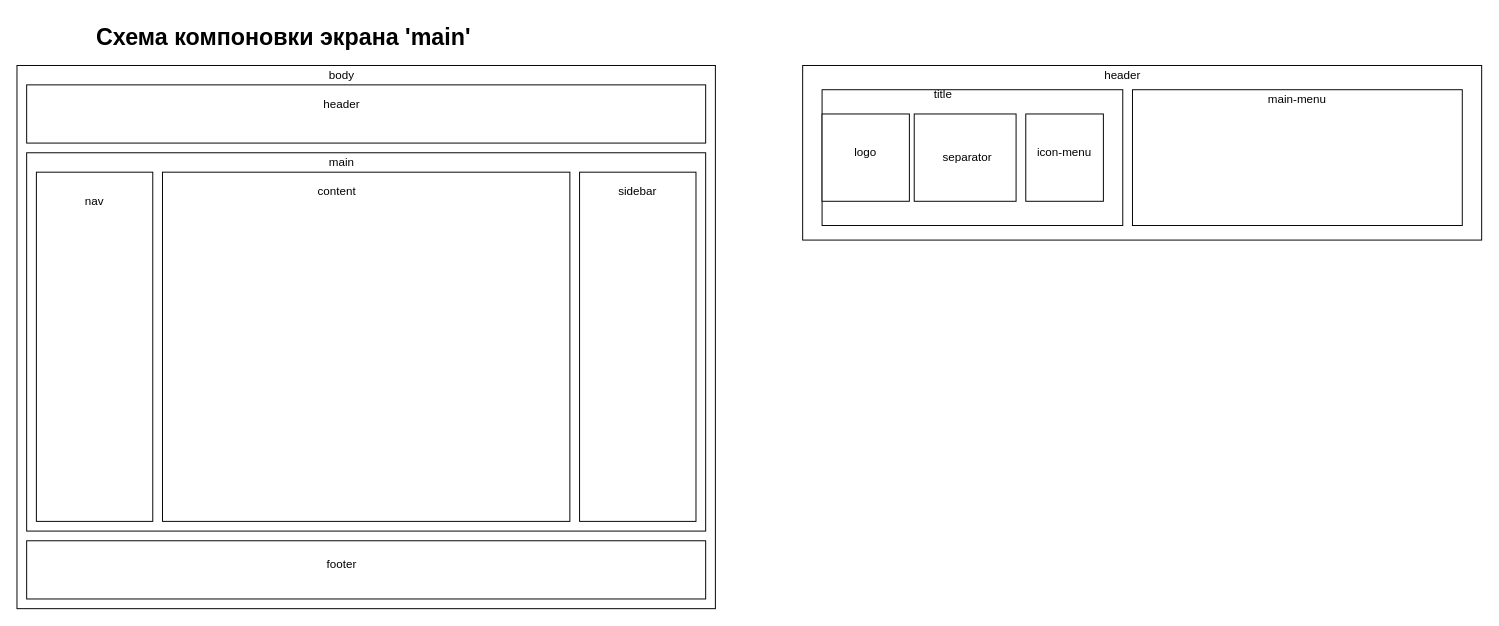
Before: web-client/screens/main-maket/main.drawio in AndrewNizovkin/geocalculator, a draw.io diagram. Source tidied: cells renumbered, new cells numbered last; positions are measured from the earlier drawing's top-left corner, leaving out a move shared by most shapes. Both pictures are drawn from the tidied source at 97%, with x=0, y=0 at pixel (16, 16).
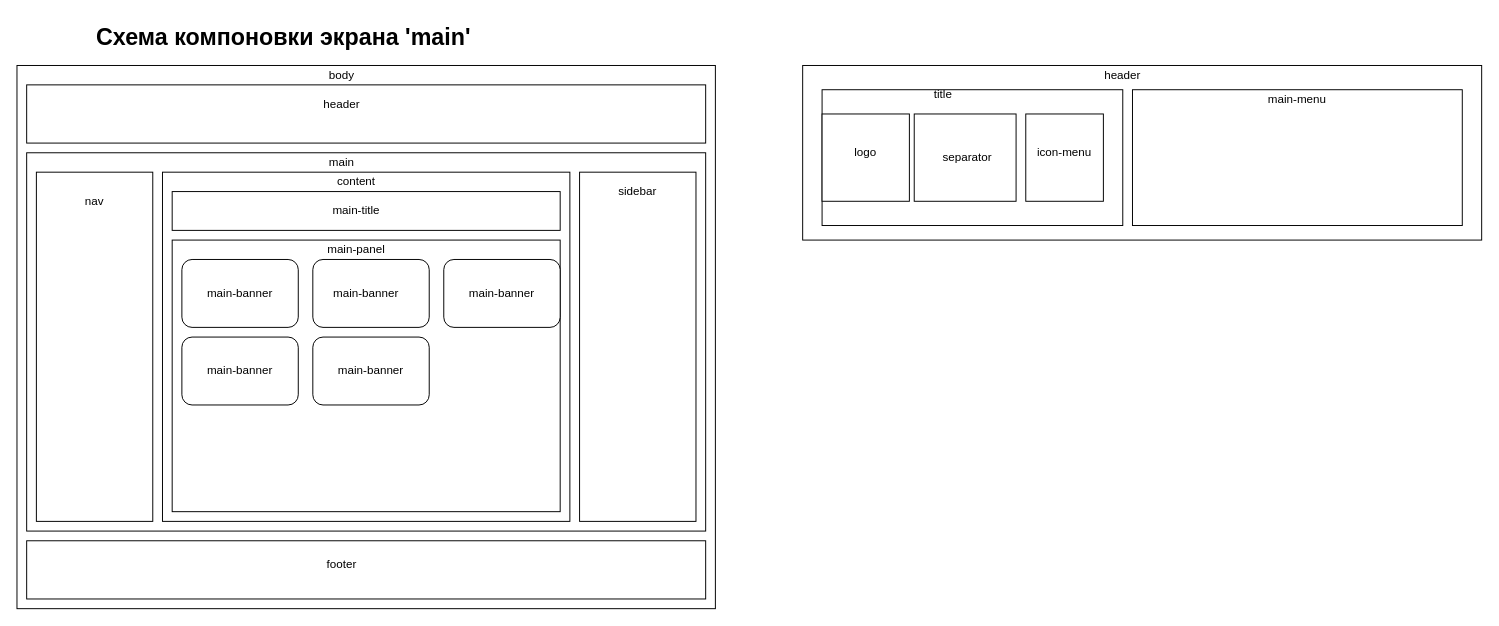
After the change.

Commit message (it also covers changes not shown here):
Add: transition for 'logo', main-banners to panel-main

Change to the diagram source:
```diff
@@
     <mxCell id="14" value="content" style="text;html=1;whiteSpace=wrap;strokeColor=none;fillColor=none;align=center;verticalAlign=middle;rounded=0;" parent="1" vertex="1">
-      <mxGeometry x="300" y="170" width="60" height="20" as="geometry" />
+      <mxGeometry x="320" y="160" width="60" height="20" as="geometry" />
     </mxCell>
@@
+    <mxCell id="29" style="rounded=0;whiteSpace=wrap;html=1;" parent="1" vertex="1">
+      <mxGeometry x="160" y="180" width="400" height="40" as="geometry" />
+    </mxCell>
+    <mxCell id="30" value="main-title" style="text;html=1;whiteSpace=wrap;strokeColor=none;fillColor=none;align=center;verticalAlign=middle;rounded=0;" parent="1" vertex="1">
+      <mxGeometry x="320" y="190" width="60" height="20" as="geometry" />
+    </mxCell>
+    <mxCell id="31" style="rounded=0;whiteSpace=wrap;html=1;" parent="1" vertex="1">
+      <mxGeometry x="160" y="230" width="400" height="280" as="geometry" />
+    </mxCell>
+    <mxCell id="32" value="main-panel" style="text;html=1;whiteSpace=wrap;strokeColor=none;fillColor=none;align=center;verticalAlign=middle;rounded=0;" parent="1" vertex="1">
+      <mxGeometry x="300" y="230" width="100" height="20" as="geometry" />
+    </mxCell>
+    <mxCell id="33" style="rounded=1;whiteSpace=wrap;html=1;" parent="1" vertex="1">
+      <mxGeometry x="170" y="250" width="120" height="70" as="geometry" />
+    </mxCell>
+    <mxCell id="34" style="rounded=1;whiteSpace=wrap;html=1;" parent="1" vertex="1">
+      <mxGeometry x="305" y="250" width="120" height="70" as="geometry" />
+    </mxCell>
+    <mxCell id="35" style="rounded=1;whiteSpace=wrap;html=1;" parent="1" vertex="1">
+      <mxGeometry x="440" y="250" width="120" height="70" as="geometry" />
+    </mxCell>
+    <mxCell id="36" style="rounded=1;whiteSpace=wrap;html=1;" parent="1" vertex="1">
+      <mxGeometry x="170" y="330" width="120" height="70" as="geometry" />
+    </mxCell>
+    <mxCell id="37" style="rounded=1;whiteSpace=wrap;html=1;" parent="1" vertex="1">
+      <mxGeometry x="305" y="330" width="120" height="70" as="geometry" />
+    </mxCell>
+    <mxCell id="38" value="main-banner" style="text;html=1;whiteSpace=wrap;strokeColor=none;fillColor=none;align=center;verticalAlign=middle;rounded=0;" parent="1" vertex="1">
+      <mxGeometry x="180" y="275" width="100" height="20" as="geometry" />
+    </mxCell>
+    <mxCell id="39" value="main-banner" style="text;html=1;whiteSpace=wrap;strokeColor=none;fillColor=none;align=center;verticalAlign=middle;rounded=0;" parent="1" vertex="1">
+      <mxGeometry x="310" y="275" width="100" height="20" as="geometry" />
+    </mxCell>
+    <mxCell id="40" value="main-banner" style="text;html=1;whiteSpace=wrap;strokeColor=none;fillColor=none;align=center;verticalAlign=middle;rounded=0;" parent="1" vertex="1">
+      <mxGeometry x="450" y="275" width="100" height="20" as="geometry" />
+    </mxCell>
+    <mxCell id="41" value="main-banner" style="text;html=1;whiteSpace=wrap;strokeColor=none;fillColor=none;align=center;verticalAlign=middle;rounded=0;" parent="1" vertex="1">
+      <mxGeometry x="180" y="355" width="100" height="20" as="geometry" />
+    </mxCell>
+    <mxCell id="42" value="main-banner" style="text;html=1;whiteSpace=wrap;strokeColor=none;fillColor=none;align=center;verticalAlign=middle;rounded=0;" parent="1" vertex="1">
+      <mxGeometry x="315" y="355" width="100" height="20" as="geometry" />
+    </mxCell>
```
